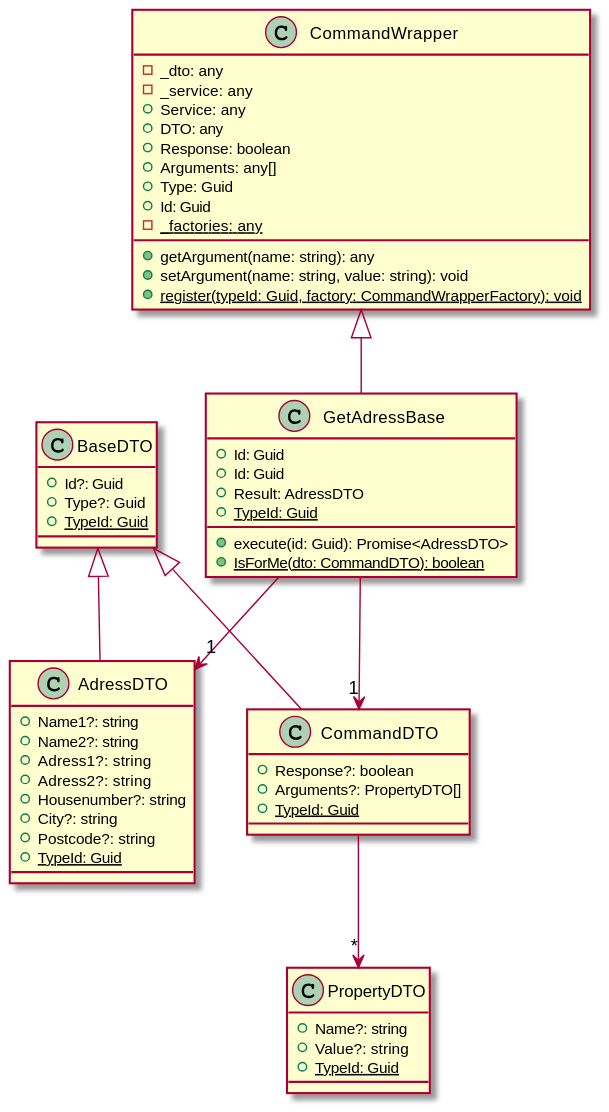
Before: wEBcMD/Doc/Types/ts/GetAdress.svg, a diagram exported from PlantUML (kokolorix/wEBcMD).
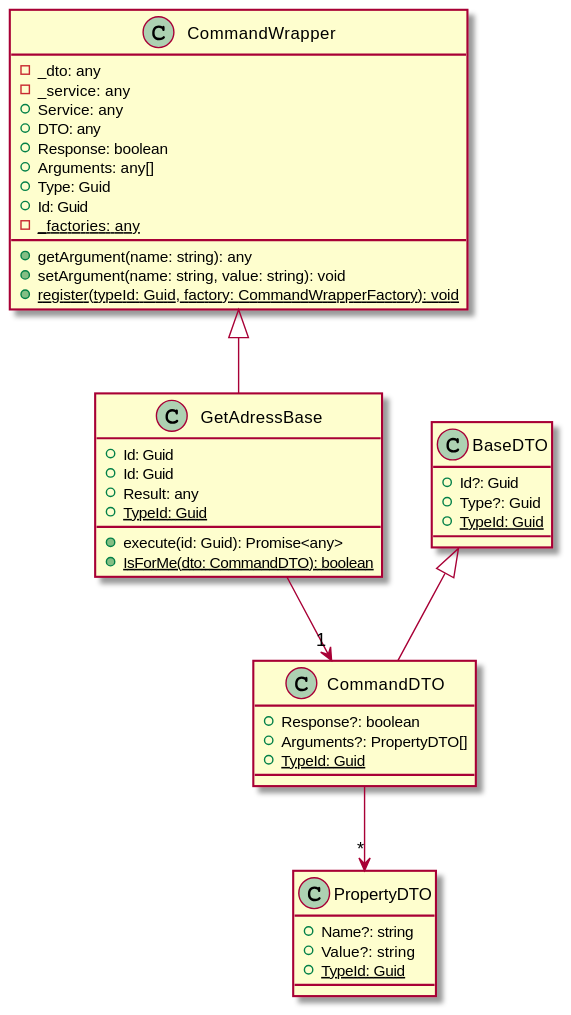
After the change.

What changed in the source:
```diff
@@ -1,19 +1,4 @@
 @startuml
-class BaseDTO {
-    +Id?: Guid
-    +Type?: Guid
-    +{static} TypeId: Guid
-}
-class AdressDTO extends BaseDTO {
-    +Name1?: string
-    +Name2?: string
-    +Adress1?: string
-    +Adress2?: string
-    +Housenumber?: string
-    +City?: string
-    +Postcode?: string
-    +{static} TypeId: Guid
-}
 class CommandWrapper {
     -_dto: any
     -_service: any
@@ -33,6 +18,11 @@
     +Value?: string
     +{static} TypeId: Guid
 }
+class BaseDTO {
+    +Id?: Guid
+    +Type?: Guid
+    +{static} TypeId: Guid
+}
 class CommandDTO extends BaseDTO {
     +Response?: boolean
     +Arguments?: PropertyDTO[]
@@ -41,12 +31,11 @@
 class GetAdressBase extends CommandWrapper {
     +Id: Guid
     +Id: Guid
-    +Result: AdressDTO
-    +execute(id: Guid): Promise<AdressDTO>
+    +Result: any
+    +execute(id: Guid): Promise<any>
     +{static} TypeId: Guid
     +{static} IsForMe(dto: CommandDTO): boolean
 }
 CommandDTO --> "*" PropertyDTO
-GetAdressBase --> "1" AdressDTO
 GetAdressBase --> "1" CommandDTO
 @enduml
```
